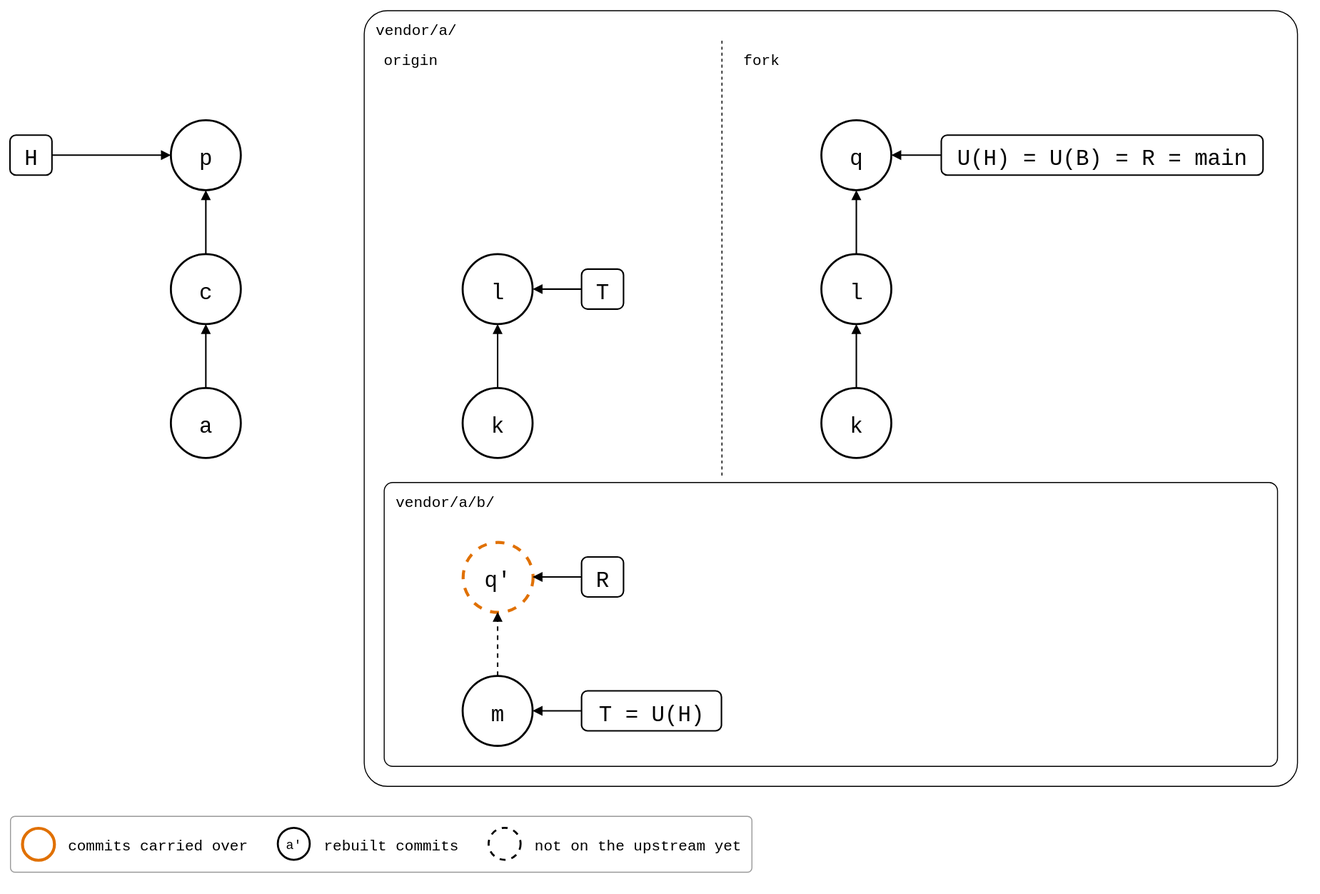
Before: docs/09-scenarios/05-nested-splices/01-nested-splices/01-outer-fork/outer-fork.drawio.svg, a diagram exported from draw.io (roschaefer/git-splice). Source tidied: cells renumbered, new cells last; positions are measured from the earlier drawing's top-left corner, leaving out a move shared by most shapes. The source it was exported from:
```xml
<mxGraphModel background="#ffffff">
  <root>
    <mxCell id="0" />
    <mxCell id="1" parent="0" />
    <mxCell id="2" value="vendor/a/" style="rounded=1;arcSize=3;fillColor=none;strokeWidth=1;fontSize=15;verticalAlign=top;align=left;spacingLeft=10;spacingTop=4;fontFamily=Roboto Mono,monospace;" parent="1" vertex="1">
      <mxGeometry x="354" width="934" height="776" as="geometry" />
    </mxCell>
    <mxCell id="3" style="line;direction=south;dashed=1;strokeWidth=1;" parent="1" vertex="1">
      <mxGeometry x="702" y="30" width="20" height="438" as="geometry" />
    </mxCell>
    <mxCell id="4" value="origin" style="text;fontSize=15;align=left;verticalAlign=top;fontFamily=Roboto Mono,monospace;" parent="1" vertex="1">
      <mxGeometry x="372" y="34" width="120" height="24" as="geometry" />
    </mxCell>
    <mxCell id="5" value="fork" style="text;fontSize=15;align=left;verticalAlign=top;fontFamily=Roboto Mono,monospace;" parent="1" vertex="1">
      <mxGeometry x="732" y="34" width="120" height="24" as="geometry" />
    </mxCell>
    <mxCell id="6" value="vendor/a/b/" style="rounded=1;arcSize=3;fillColor=none;strokeWidth=1;fontSize=15;verticalAlign=top;align=left;spacingLeft=10;spacingTop=4;fontFamily=Roboto Mono,monospace;" parent="1" vertex="1">
      <mxGeometry x="374" y="472" width="894" height="284" as="geometry" />
    </mxCell>
    <mxCell id="7" value="p" style="ellipse;strokeWidth=2;fontSize=22;fontFamily=Roboto Mono,monospace;" parent="1" vertex="1">
      <mxGeometry x="161" y="110" width="70" height="70" as="geometry" />
    </mxCell>
    <mxCell id="8" value="c" style="ellipse;strokeWidth=2;fontSize=22;fontFamily=Roboto Mono,monospace;" parent="1" vertex="1">
      <mxGeometry x="161" y="244" width="70" height="70" as="geometry" />
    </mxCell>
    <mxCell id="9" value="a" style="ellipse;strokeWidth=2;fontSize=22;fontFamily=Roboto Mono,monospace;" parent="1" vertex="1">
      <mxGeometry x="161" y="378" width="70" height="70" as="geometry" />
    </mxCell>
    <mxCell id="10" value="l" style="ellipse;strokeWidth=2;fontSize=22;fontFamily=Roboto Mono,monospace;" parent="1" vertex="1">
      <mxGeometry x="453" y="244" width="70" height="70" as="geometry" />
    </mxCell>
    <mxCell id="11" value="k" style="ellipse;strokeWidth=2;fontSize=22;fontFamily=Roboto Mono,monospace;" parent="1" vertex="1">
      <mxGeometry x="453" y="378" width="70" height="70" as="geometry" />
    </mxCell>
    <mxCell id="12" value="q" style="ellipse;strokeWidth=2;fontSize=22;fontFamily=Roboto Mono,monospace;" parent="1" vertex="1">
      <mxGeometry x="812" y="110" width="70" height="70" as="geometry" />
    </mxCell>
    <mxCell id="13" value="l" style="ellipse;strokeWidth=2;fontSize=22;fontFamily=Roboto Mono,monospace;" parent="1" vertex="1">
      <mxGeometry x="812" y="244" width="70" height="70" as="geometry" />
    </mxCell>
    <mxCell id="14" value="k" style="ellipse;strokeWidth=2;fontSize=22;fontFamily=Roboto Mono,monospace;" parent="1" vertex="1">
      <mxGeometry x="812" y="378" width="70" height="70" as="geometry" />
    </mxCell>
    <mxCell id="15" value="q'" style="ellipse;fontSize=22;fontFamily=Roboto Mono,monospace;dashed=1;strokeColor=#E07000;strokeWidth=3;" parent="1" vertex="1">
      <mxGeometry x="453" y="532" width="70" height="70" as="geometry" />
    </mxCell>
    <mxCell id="16" value="m" style="ellipse;strokeWidth=2;fontSize=22;fontFamily=Roboto Mono,monospace;" parent="1" vertex="1">
      <mxGeometry x="453" y="666" width="70" height="70" as="geometry" />
    </mxCell>
    <mxCell id="17" value="H" style="rounded=1;strokeWidth=1.5;fontSize=22;fontFamily=Roboto Mono,monospace;" parent="1" vertex="1">
      <mxGeometry y="125" width="42" height="40" as="geometry" />
    </mxCell>
    <mxCell id="18" value="T" style="rounded=1;strokeWidth=1.5;fontSize=22;fontFamily=Roboto Mono,monospace;" parent="1" vertex="1">
      <mxGeometry x="572" y="259" width="42" height="40" as="geometry" />
    </mxCell>
    <mxCell id="19" value="U(H) = U(B) = R = main" style="rounded=1;strokeWidth=1.5;fontSize=22;fontFamily=Roboto Mono,monospace;" parent="1" vertex="1">
      <mxGeometry x="932" y="125" width="322" height="40" as="geometry" />
    </mxCell>
    <mxCell id="20" value="R" style="rounded=1;strokeWidth=1.5;fontSize=22;fontFamily=Roboto Mono,monospace;" parent="1" vertex="1">
      <mxGeometry x="572" y="547" width="42" height="40" as="geometry" />
    </mxCell>
    <mxCell id="21" value="T = U(H)" style="rounded=1;strokeWidth=1.5;fontSize=22;fontFamily=Roboto Mono,monospace;" parent="1" vertex="1">
      <mxGeometry x="572" y="681" width="140" height="40" as="geometry" />
    </mxCell>
    <mxCell id="22" style="endArrow=block;endFill=1;html=1;strokeWidth=1.5;rounded=0;" parent="1" edge="1" source="9" target="8">
      <mxGeometry relative="1" as="geometry" />
    </mxCell>
    <mxCell id="23" style="endArrow=block;endFill=1;html=1;strokeWidth=1.5;rounded=0;" parent="1" edge="1" source="8" target="7">
      <mxGeometry relative="1" as="geometry" />
    </mxCell>
    <mxCell id="24" style="endArrow=block;endFill=1;html=1;strokeWidth=1.5;rounded=0;" parent="1" edge="1" source="11" target="10">
      <mxGeometry relative="1" as="geometry" />
    </mxCell>
    <mxCell id="25" style="endArrow=block;endFill=1;html=1;strokeWidth=1.5;rounded=0;" parent="1" edge="1" source="14" target="13">
      <mxGeometry relative="1" as="geometry" />
    </mxCell>
    <mxCell id="26" style="endArrow=block;endFill=1;html=1;strokeWidth=1.5;rounded=0;" parent="1" edge="1" source="13" target="12">
      <mxGeometry relative="1" as="geometry" />
    </mxCell>
    <mxCell id="27" style="endArrow=block;endFill=1;html=1;strokeWidth=1.5;rounded=0;dashed=1;" parent="1" edge="1" source="16" target="15">
      <mxGeometry relative="1" as="geometry" />
    </mxCell>
    <mxCell id="28" style="endArrow=block;endFill=1;html=1;strokeWidth=1.5;rounded=0;" parent="1" edge="1" source="17" target="7">
      <mxGeometry relative="1" as="geometry" />
    </mxCell>
    <mxCell id="29" style="endArrow=block;endFill=1;html=1;strokeWidth=1.5;rounded=0;" parent="1" edge="1" source="18" target="10">
      <mxGeometry relative="1" as="geometry" />
    </mxCell>
    <mxCell id="30" style="endArrow=block;endFill=1;html=1;strokeWidth=1.5;rounded=0;" parent="1" edge="1" source="19" target="12">
      <mxGeometry relative="1" as="geometry" />
    </mxCell>
    <mxCell id="31" style="endArrow=block;endFill=1;html=1;strokeWidth=1.5;rounded=0;" parent="1" edge="1" source="20" target="15">
      <mxGeometry relative="1" as="geometry" />
    </mxCell>
    <mxCell id="32" style="endArrow=block;endFill=1;html=1;strokeWidth=1.5;rounded=0;" parent="1" edge="1" source="21" target="16">
      <mxGeometry relative="1" as="geometry" />
    </mxCell>
    <mxCell id="33" style="rounded=1;arcSize=8;fillColor=none;strokeColor=#999999;strokeWidth=1;legend=1;" parent="1" vertex="1">
      <mxGeometry y="806" width="742" height="56" as="geometry" />
    </mxCell>
    <mxCell id="34" style="ellipse;fontSize=13;fontFamily=Roboto Mono,monospace;strokeColor=#E07000;strokeWidth=3;" parent="33" vertex="1">
      <mxGeometry x="12" y="12" width="32" height="32" as="geometry" />
    </mxCell>
    <mxCell id="35" value="commits carried over" style="text;align=left;verticalAlign=middle;fontSize=15;fontFamily=Roboto Mono,monospace;" parent="33" vertex="1">
      <mxGeometry x="56" y="12" width="180" height="32" as="geometry" />
    </mxCell>
    <mxCell id="36" value="a'" style="ellipse;fontSize=13;fontFamily=Roboto Mono,monospace;strokeWidth=2;" parent="33" vertex="1">
      <mxGeometry x="268" y="12" width="32" height="32" as="geometry" />
    </mxCell>
    <mxCell id="37" value="rebuilt commits" style="text;align=left;verticalAlign=middle;fontSize=15;fontFamily=Roboto Mono,monospace;" parent="33" vertex="1">
      <mxGeometry x="312" y="12" width="135" height="32" as="geometry" />
    </mxCell>
    <mxCell id="38" style="ellipse;fontSize=13;fontFamily=Roboto Mono,monospace;strokeWidth=2;dashed=1;" parent="33" vertex="1">
      <mxGeometry x="479" y="12" width="32" height="32" as="geometry" />
    </mxCell>
    <mxCell id="39" value="not on the upstream yet" style="text;align=left;verticalAlign=middle;fontSize=15;fontFamily=Roboto Mono,monospace;" parent="33" vertex="1">
      <mxGeometry x="523" y="12" width="207" height="32" as="geometry" />
    </mxCell>
  </root>
</mxGraphModel>
```
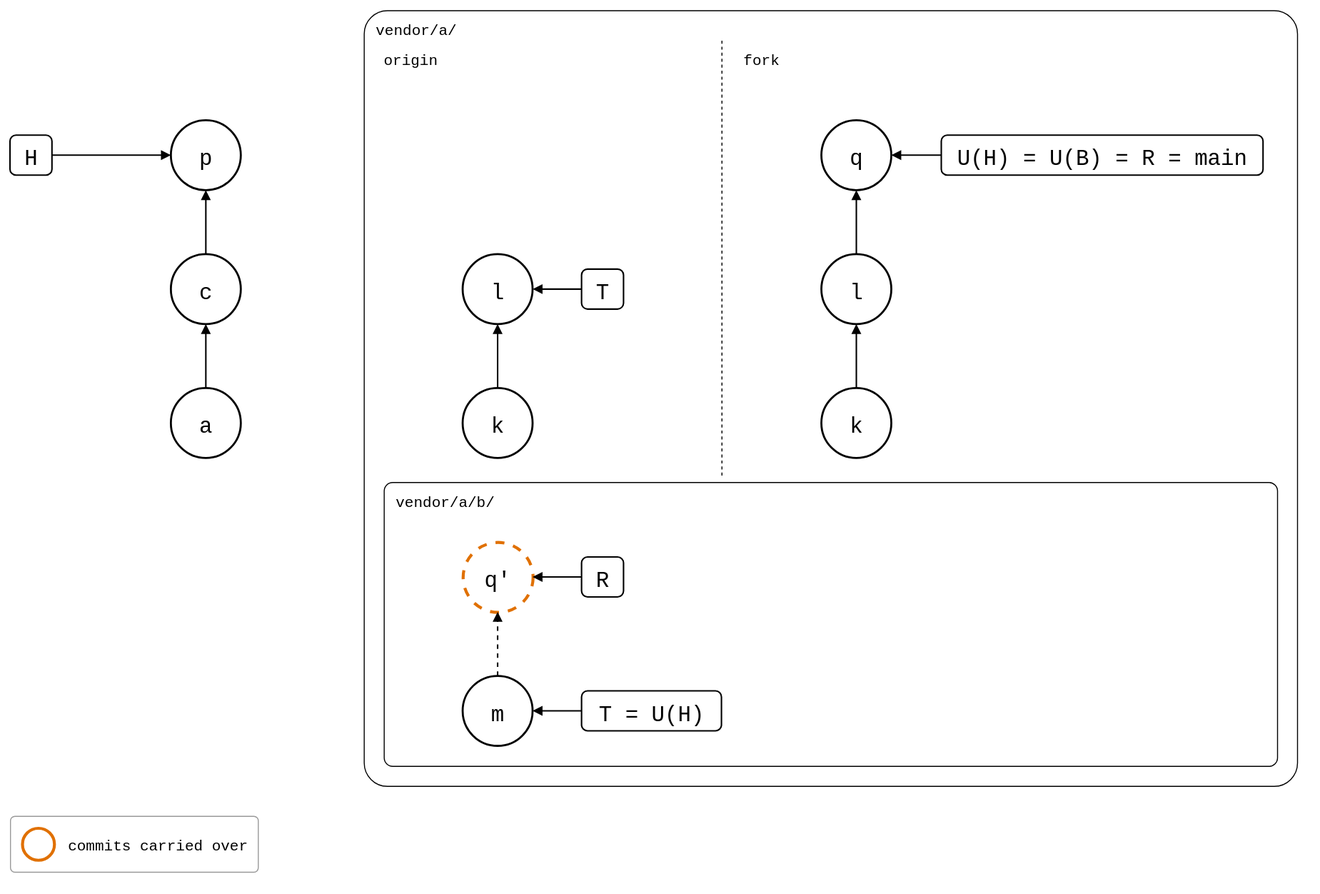
The same file after the commit.

Diff of the diagram source:
```diff
@@ -96,7 +96,7 @@
       <mxGeometry relative="1" as="geometry" />
     </mxCell>
     <mxCell id="33" style="rounded=1;arcSize=8;fillColor=none;strokeColor=#999999;strokeWidth=1;legend=1;" parent="1" vertex="1">
-      <mxGeometry y="806" width="742" height="56" as="geometry" />
+      <mxGeometry y="806" width="248" height="56" as="geometry" />
     </mxCell>
     <mxCell id="34" style="ellipse;fontSize=13;fontFamily=Roboto Mono,monospace;strokeColor=#E07000;strokeWidth=3;" parent="33" vertex="1">
       <mxGeometry x="12" y="12" width="32" height="32" as="geometry" />
@@ -104,17 +104,5 @@
     <mxCell id="35" value="commits carried over" style="text;align=left;verticalAlign=middle;fontSize=15;fontFamily=Roboto Mono,monospace;" parent="33" vertex="1">
       <mxGeometry x="56" y="12" width="180" height="32" as="geometry" />
     </mxCell>
-    <mxCell id="36" value="a'" style="ellipse;fontSize=13;fontFamily=Roboto Mono,monospace;strokeWidth=2;" parent="33" vertex="1">
-      <mxGeometry x="268" y="12" width="32" height="32" as="geometry" />
-    </mxCell>
-    <mxCell id="37" value="rebuilt commits" style="text;align=left;verticalAlign=middle;fontSize=15;fontFamily=Roboto Mono,monospace;" parent="33" vertex="1">
-      <mxGeometry x="312" y="12" width="135" height="32" as="geometry" />
-    </mxCell>
-    <mxCell id="38" style="ellipse;fontSize=13;fontFamily=Roboto Mono,monospace;strokeWidth=2;dashed=1;" parent="33" vertex="1">
-      <mxGeometry x="479" y="12" width="32" height="32" as="geometry" />
-    </mxCell>
-    <mxCell id="39" value="not on the upstream yet" style="text;align=left;verticalAlign=middle;fontSize=15;fontFamily=Roboto Mono,monospace;" parent="33" vertex="1">
-      <mxGeometry x="523" y="12" width="207" height="32" as="geometry" />
-    </mxCell>
   </root>
 </mxGraphModel>
```
